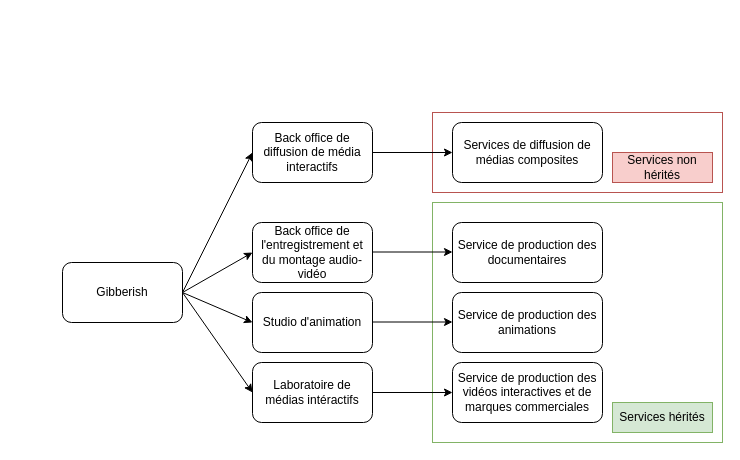
This is GibberishBusinessTarget.drawio from cjour/audit_logistics, a draw.io file, before an edit. Source tidied: cells renumbered, new cells numbered last; positions are measured from the earlier drawing's top-left corner, leaving out a move shared by most shapes. Both pictures are drawn from the tidied source at 100%, with x=0, y=0 at pixel (62, 112).
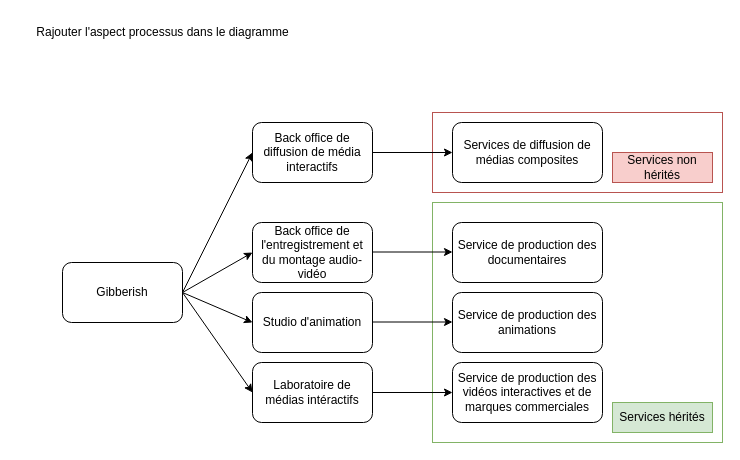
The same diagram, later.

Commit message:
Mettre à jour GibberishBusinessTarget.drawio

What changed in the source:
```diff
@@
+    <mxCell id="23" value="Rajouter l'aspect processus dans le diagramme" style="text;html=1;align=center;verticalAlign=middle;strokeColor=none;fillColor=none;" parent="1" vertex="1">
+      <mxGeometry x="-45" y="-95" width="290" height="30" as="geometry" />
+    </mxCell>
```
